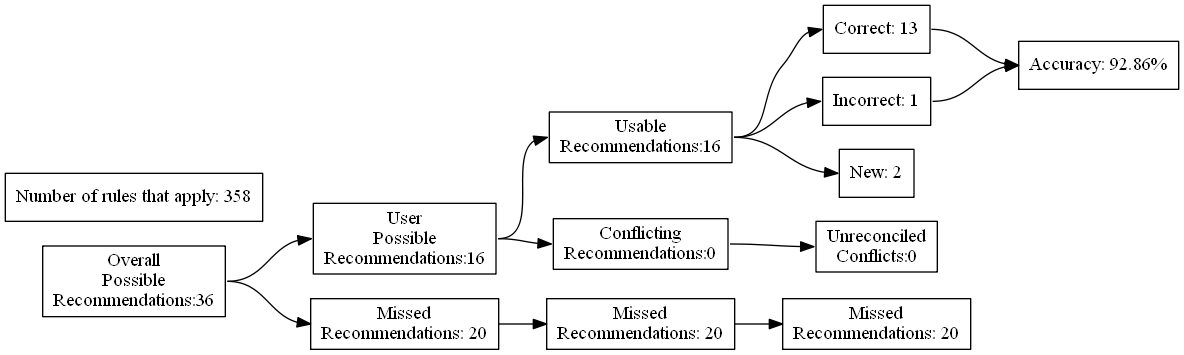
Earlier version of the Graphviz export test_renders/85.gv.png (ZaxR/ibd_diet_analysis). Its source is kept beside it as test_renders/85.gv.
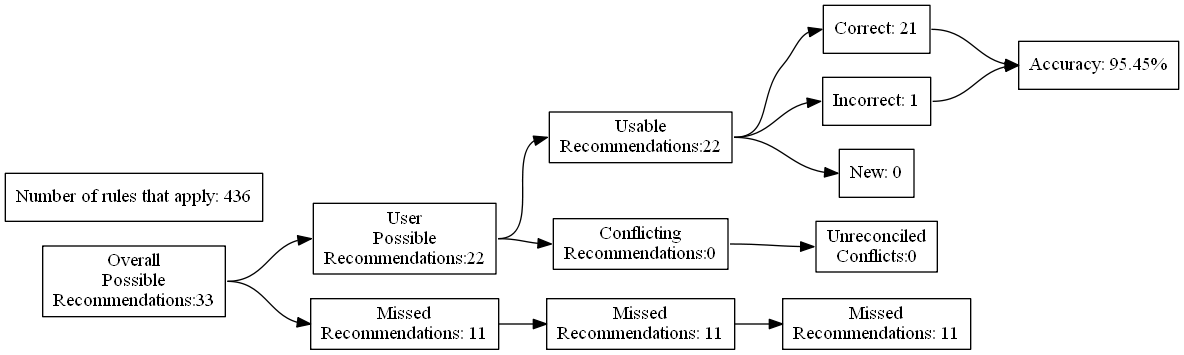
After the change.

What changed in the source:
```diff
@@ -4,27 +4,27 @@
 	edge [headport=w tailport=e]
 		A [label="Overall
 Possible
-Recommendations:36"]
+Recommendations:33"]
 		B [label="User
 Possible
-Recommendations:16"]
+Recommendations:22"]
 		C [label="Missed
-Recommendations: 20"]
+Recommendations: 11"]
 		D [label="Usable
-Recommendations:16"]
+Recommendations:22"]
 		E [label="Conflicting
 Recommendations:0"]
 		J [label="Missed
-Recommendations: 20"]
+Recommendations: 11"]
 		M [label="Unreconciled
 Conflicts:0"]
-		F [label="Correct: 13"]
+		F [label="Correct: 21"]
 		G [label="Incorrect: 1"]
-		H [label="New: 2"]
+		H [label="New: 0"]
 		K [label="Missed
-Recommendations: 20"]
-		I [label="Accuracy: 92.86%"]
-		l [label="Number of rules that apply: 358"]
+Recommendations: 11"]
+		I [label="Accuracy: 95.45%"]
+		l [label="Number of rules that apply: 436"]
 			A -> B
 			A -> C
 			B -> D
```
